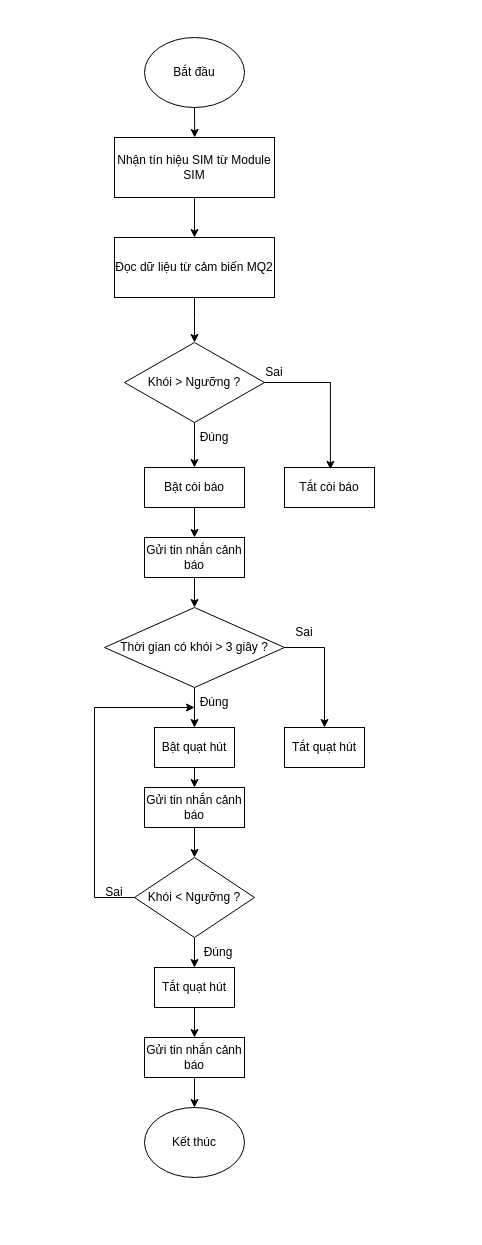
This is block_diagram/flowchart_canhbaokhoi.drawio from imvietp/Final_Thesis, a draw.io file, before an edit. Source tidied: cells renumbered, new cells numbered last; positions are measured from the earlier drawing's top-left corner, leaving out a move shared by most shapes. Both pictures are drawn from the tidied source at 100%, with x=0, y=0 at pixel (84, 37).
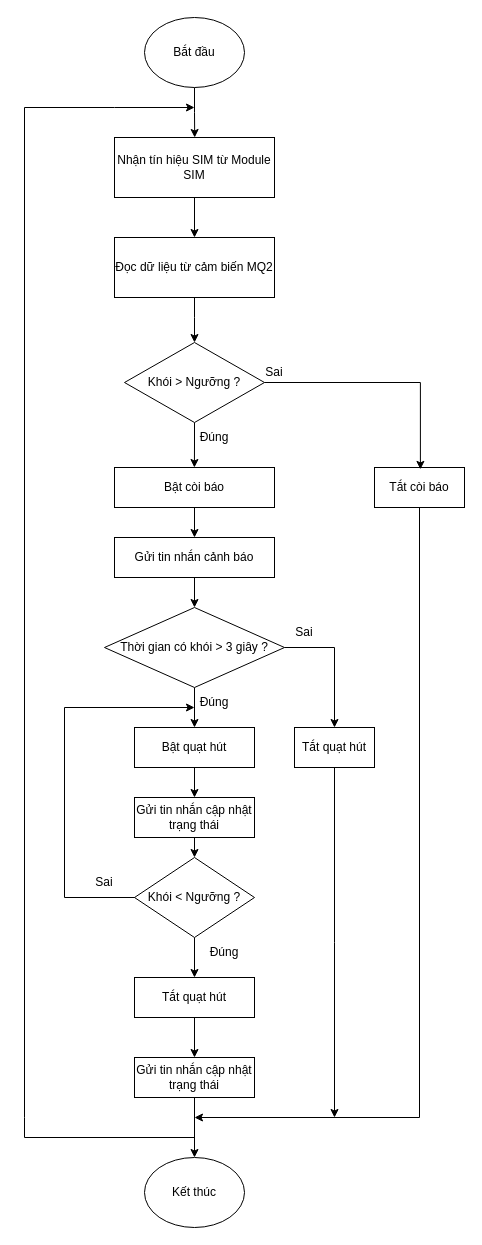
The same page after the edit.

Unchanged cells that the change refers to:
```xml
<mxCell id="12" value="Thời gian có khói &amp;gt; 3 giây ?" style="rhombus;whiteSpace=wrap;html=1;" parent="1" vertex="1">
  <mxGeometry x="20" y="570" width="180" height="80" as="geometry" />
</mxCell>
```

Diff of the diagram source:
```diff
@@
     <mxCell id="3" value="Bắt đầu" style="ellipse;whiteSpace=wrap;html=1;" parent="1" vertex="1">
-      <mxGeometry x="60" width="100" height="70" as="geometry" />
+      <mxGeometry x="60" y="-20" width="100" height="70" as="geometry" />
     </mxCell>
@@
     <mxCell id="9" value="Bật còi báo" style="rounded=0;whiteSpace=wrap;html=1;" parent="1" vertex="1">
-      <mxGeometry x="60" y="430" width="100" height="40" as="geometry" />
+      <mxGeometry x="30" y="430" width="160" height="40" as="geometry" />
     </mxCell>
+    <mxCell id="38" style="edgeStyle=orthogonalEdgeStyle;rounded=0;jettySize=auto;html=1;" parent="1" edge="1" source="10">
+      <mxGeometry relative="1" as="geometry">
+        <mxPoint x="110" y="1080" as="targetPoint" />
+        <Array as="points">
+          <mxPoint x="335" y="1080" />
+        </Array>
+      </mxGeometry>
+    </mxCell>
     <mxCell id="10" value="Tắt còi báo" style="rounded=0;whiteSpace=wrap;html=1;" parent="1" vertex="1">
-      <mxGeometry x="200" y="430" width="90" height="40" as="geometry" />
+      <mxGeometry x="290" y="430" width="90" height="40" as="geometry" />
     </mxCell>
@@
     <mxCell id="14" value="Bật quạt hút" style="rounded=0;whiteSpace=wrap;html=1;" parent="1" vertex="1">
-      <mxGeometry x="70" y="690" width="80" height="40" as="geometry" />
+      <mxGeometry x="50" y="690" width="120" height="40" as="geometry" />
     </mxCell>
     <mxCell id="15" value="Kết thúc" style="ellipse;whiteSpace=wrap;html=1;" parent="1" vertex="1">
-      <mxGeometry x="60" y="1070" width="100" height="70" as="geometry" />
+      <mxGeometry x="60" y="1120" width="100" height="70" as="geometry" />
     </mxCell>
@@
     <mxCell id="20" value="Gửi tin nhắn cảnh báo" style="rounded=0;whiteSpace=wrap;html=1;" parent="1" vertex="1">
-      <mxGeometry x="60" y="500" width="100" height="40" as="geometry" />
+      <mxGeometry x="30" y="500" width="160" height="40" as="geometry" />
     </mxCell>
@@
+    <mxCell id="39" style="edgeStyle=orthogonalEdgeStyle;rounded=0;jettySize=auto;html=1;" parent="1" edge="1" source="22">
+      <mxGeometry relative="1" as="geometry">
+        <mxPoint x="250" y="1080" as="targetPoint" />
+      </mxGeometry>
+    </mxCell>
     <mxCell id="22" value="Tắt quạt hút" style="rounded=0;whiteSpace=wrap;html=1;" parent="1" vertex="1">
-      <mxGeometry x="200" y="690" width="80" height="40" as="geometry" />
+      <mxGeometry x="210" y="690" width="80" height="40" as="geometry" />
     </mxCell>
     <mxCell id="23" style="endArrow=classic;html=1;rounded=0;exitX=1;exitY=0.5;exitDx=0;exitDy=0;entryX=0.5;entryY=0;entryDx=0;entryDy=0;" parent="1" edge="1" source="12" target="22">
       <mxGeometry relative="1" as="geometry">
         <Array as="points">
-          <mxPoint x="240" y="610" />
+          <mxPoint x="250" y="610" />
         </Array>
       </mxGeometry>
     </mxCell>
@@
     <mxCell id="26" style="edgeStyle=orthogonalEdgeStyle;rounded=0;orthogonalLoop=1;jettySize=auto;html=1;exitX=0;exitY=0.5;exitDx=0;exitDy=0;" parent="1" edge="1">
       <mxGeometry relative="1" as="geometry">
         <mxPoint x="55" y="860" as="sourcePoint" />
         <mxPoint x="110" y="670" as="targetPoint" />
         <Array as="points">
-          <mxPoint x="10" y="860" />
-          <mxPoint x="10" y="670" />
+          <mxPoint x="-20" y="860" />
+          <mxPoint x="-20" y="670" />
         </Array>
       </mxGeometry>
     </mxCell>
@@
     <mxCell id="29" value="Tắt quạt hút" style="rounded=0;whiteSpace=wrap;html=1;" parent="1" vertex="1">
-      <mxGeometry x="70" y="930" width="80" height="40" as="geometry" />
+      <mxGeometry x="50" y="940" width="120" height="40" as="geometry" />
     </mxCell>
     <mxCell id="30" value="Đúng" style="text;html=1;align=center;verticalAlign=middle;whiteSpace=wrap;rounded=0;" parent="1" vertex="1">
-      <mxGeometry x="104" y="900" width="60" height="30" as="geometry" />
+      <mxGeometry x="110" y="900" width="60" height="30" as="geometry" />
     </mxCell>
     <mxCell id="31" value="Sai" style="text;html=1;align=center;verticalAlign=middle;whiteSpace=wrap;rounded=0;" parent="1" vertex="1">
-      <mxGeometry y="840" width="60" height="30" as="geometry" />
+      <mxGeometry x="-10" y="830" width="60" height="30" as="geometry" />
     </mxCell>
@@
-    <mxCell id="34" value="Gửi tin nhắn cảnh báo" style="rounded=0;whiteSpace=wrap;html=1;" parent="1" vertex="1">
-      <mxGeometry x="60" y="750" width="100" height="40" as="geometry" />
+    <mxCell id="34" value="Gửi tin nhắn cập nhật trạng thái" style="rounded=0;whiteSpace=wrap;html=1;" parent="1" vertex="1">
+      <mxGeometry x="50" y="760" width="120" height="40" as="geometry" />
     </mxCell>
@@
-    <mxCell id="36" value="Gửi tin nhắn cảnh báo" style="rounded=0;whiteSpace=wrap;html=1;" parent="1" vertex="1">
-      <mxGeometry x="60" y="1000" width="100" height="40" as="geometry" />
+    <mxCell id="36" value="Gửi tin nhắn cập nhật trạng thái" style="rounded=0;whiteSpace=wrap;html=1;" parent="1" vertex="1">
+      <mxGeometry x="50" y="1020" width="120" height="40" as="geometry" />
     </mxCell>
@@
+    <mxCell id="40" style="endArrow=classic;html=1;rounded=0;" parent="1" edge="1">
+      <mxGeometry relative="1" as="geometry">
+        <mxPoint x="110" y="1100" as="sourcePoint" />
+        <mxPoint x="110" y="70" as="targetPoint" />
+        <Array as="points">
+          <mxPoint x="-60" y="1100" />
+          <mxPoint x="-60" y="1080" />
+          <mxPoint x="-60" y="70" />
+          <mxPoint x="30" y="70" />
+        </Array>
+      </mxGeometry>
+    </mxCell>
```
